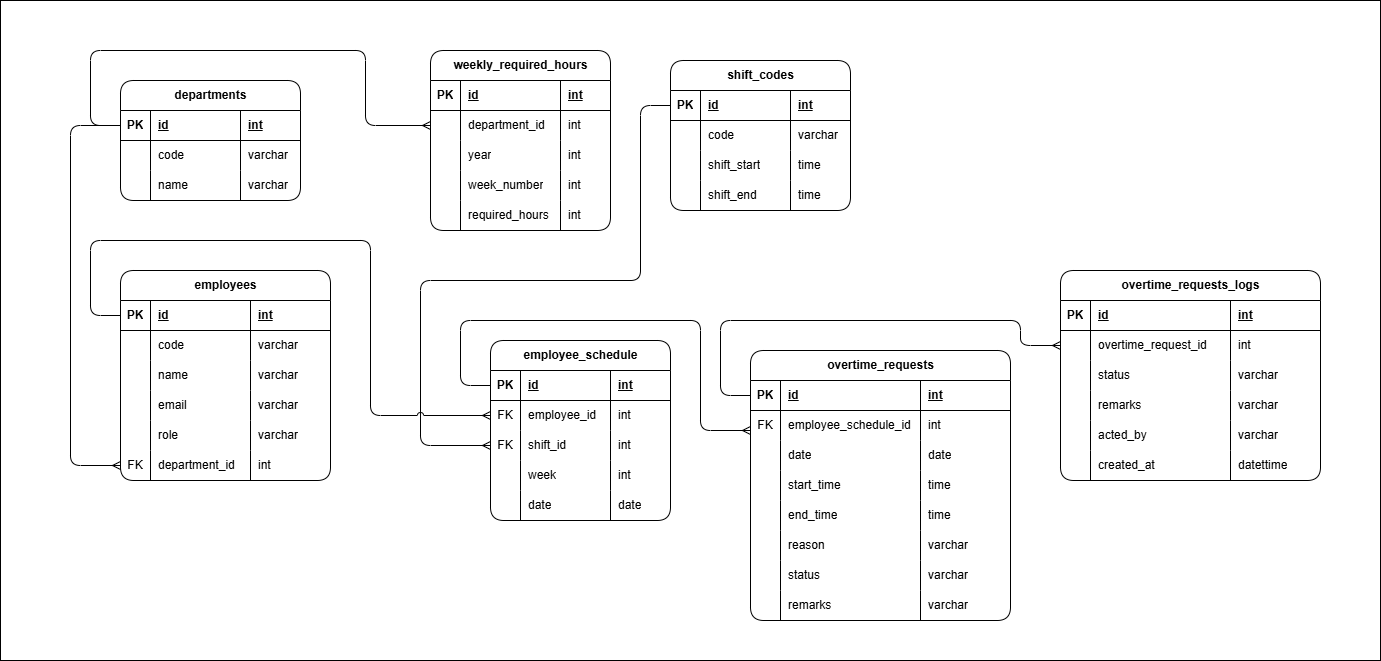
Above: overtime-tracker-erd.drawio.png in marksxiety/overtime-tracker-dev (draw.io), before the change. Source tidied: cells renumbered, new cells last; positions are measured from the earlier drawing's top-left corner, leaving out a move shared by most shapes.
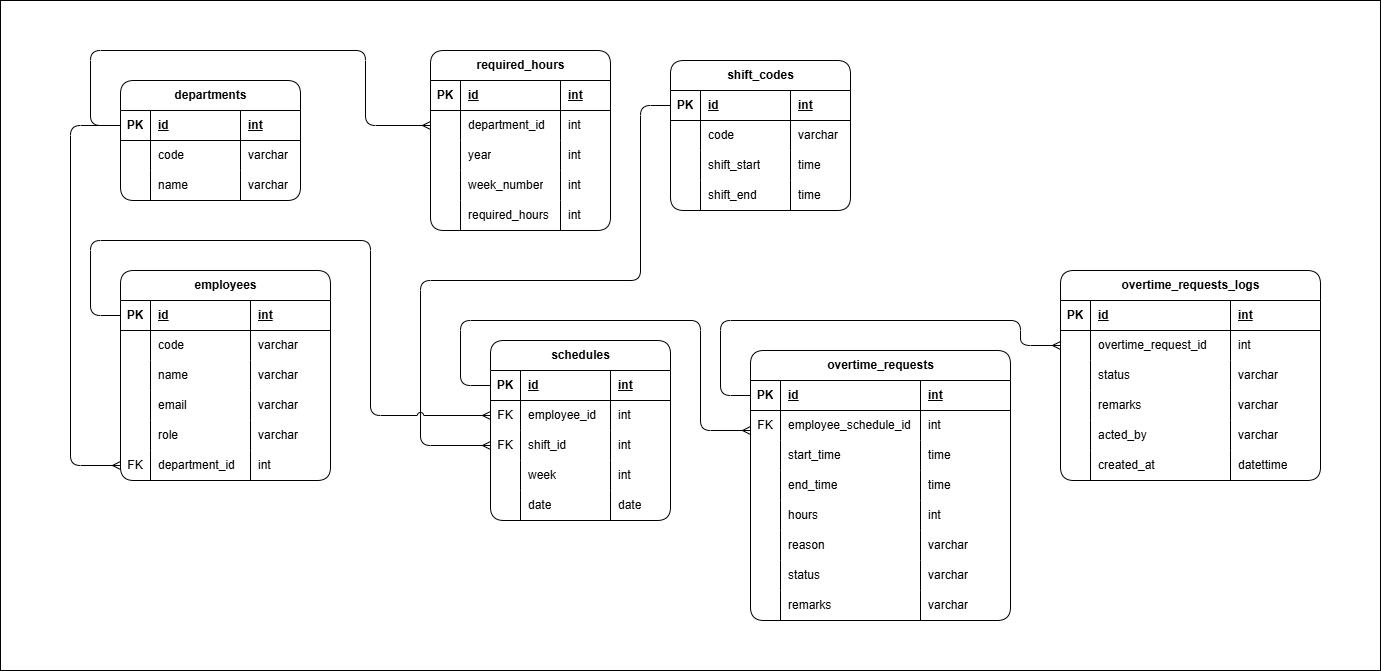
The same file after the commit.

Commit message:
chore: update the png that displays in readme.md

Change to the diagram source:
```diff
@@ -3,9 +3,9 @@
     <mxCell id="0" />
     <mxCell id="1" parent="0" />
     <mxCell id="2" style="rounded=0;whiteSpace=wrap;html=1;" parent="1" vertex="1">
-      <mxGeometry width="1380" height="660" as="geometry" />
+      <mxGeometry width="1380" height="670" as="geometry" />
     </mxCell>
-    <mxCell id="3" value="employee_schedule" style="shape=table;startSize=30;rowLines=0;fontStyle=1;align=center;html=1;rounded=1;" parent="1" vertex="1">
+    <mxCell id="3" value="schedules" style="shape=table;startSize=30;rowLines=0;fontStyle=1;align=center;html=1;rounded=1;" parent="1" vertex="1">
       <mxGeometry x="490" y="340" width="180" height="180" as="geometry" />
     </mxCell>
     <mxCell id="4" style="shape=tableRow;horizontal=0;startSize=0;swimlaneHead=0;swimlaneBody=0;fillColor=none;points=[[0,0.5],[1,0.5]];portConstraint=eastwest;top=0;left=0;right=0;bottom=1;" parent="3" vertex="1">
@@ -194,7 +194,7 @@
     <mxCell id="65" value="time" style="shape=partialRectangle;fillColor=none;top=0;left=0;bottom=0;right=0;align=left;spacingLeft=6;overflow=hidden;whiteSpace=wrap;html=1;" parent="62" vertex="1">
       <mxGeometry x="120" width="60" height="30" as="geometry" />
     </mxCell>
-    <mxCell id="66" value="weekly_required_hours" style="shape=table;startSize=30;rowLines=0;fontStyle=1;align=center;html=1;rounded=1;" parent="1" vertex="1">
+    <mxCell id="66" value="required_hours" style="shape=table;startSize=30;rowLines=0;fontStyle=1;align=center;html=1;rounded=1;" parent="1" vertex="1">
       <mxGeometry x="430" y="50" width="180" height="180" as="geometry" />
     </mxCell>
     <mxCell id="67" style="shape=tableRow;horizontal=0;startSize=0;swimlaneHead=0;swimlaneBody=0;fillColor=none;top=0;left=0;right=0;bottom=1;" parent="66" vertex="1">
@@ -284,20 +284,8 @@
     <mxCell id="95" value="int" style="shape=partialRectangle;fillColor=none;top=0;left=0;bottom=0;right=0;align=left;spacingLeft=6;overflow=hidden;whiteSpace=wrap;html=1;" parent="92" vertex="1">
       <mxGeometry x="170" width="90" height="30" as="geometry" />
     </mxCell>
-    <mxCell id="96" style="shape=tableRow;horizontal=0;startSize=0;swimlaneHead=0;swimlaneBody=0;fillColor=none;top=0;left=0;right=0;bottom=0;" parent="87" vertex="1">
-      <mxGeometry y="90" width="260" height="30" as="geometry" />
-    </mxCell>
-    <mxCell id="97" style="shape=partialRectangle;fillColor=none;top=0;left=0;bottom=0;right=0;overflow=hidden;whiteSpace=wrap;html=1;" parent="96" vertex="1">
-      <mxGeometry width="30" height="30" as="geometry" />
-    </mxCell>
-    <mxCell id="98" value="date" style="shape=partialRectangle;fillColor=none;top=0;left=0;bottom=0;right=0;align=left;spacingLeft=6;overflow=hidden;whiteSpace=wrap;html=1;" parent="96" vertex="1">
-      <mxGeometry x="30" width="140" height="30" as="geometry" />
-    </mxCell>
-    <mxCell id="99" value="date" style="shape=partialRectangle;fillColor=none;top=0;left=0;bottom=0;right=0;align=left;spacingLeft=6;overflow=hidden;whiteSpace=wrap;html=1;" parent="96" vertex="1">
-      <mxGeometry x="170" width="90" height="30" as="geometry" />
-    </mxCell>
     <mxCell id="100" style="shape=tableRow;horizontal=0;startSize=0;swimlaneHead=0;swimlaneBody=0;fillColor=none;top=0;left=0;right=0;bottom=0;" parent="87" vertex="1">
-      <mxGeometry y="120" width="260" height="30" as="geometry" />
+      <mxGeometry y="90" width="260" height="30" as="geometry" />
     </mxCell>
     <mxCell id="101" style="shape=partialRectangle;fillColor=none;top=0;left=0;bottom=0;right=0;overflow=hidden;whiteSpace=wrap;html=1;" parent="100" vertex="1">
       <mxGeometry width="30" height="30" as="geometry" />
@@ -309,7 +297,7 @@
       <mxGeometry x="170" width="90" height="30" as="geometry" />
     </mxCell>
     <mxCell id="104" style="shape=tableRow;horizontal=0;startSize=0;swimlaneHead=0;swimlaneBody=0;fillColor=none;top=0;left=0;right=0;bottom=0;" parent="87" vertex="1">
-      <mxGeometry y="150" width="260" height="30" as="geometry" />
+      <mxGeometry y="120" width="260" height="30" as="geometry" />
     </mxCell>
     <mxCell id="105" style="shape=partialRectangle;fillColor=none;top=0;left=0;bottom=0;right=0;overflow=hidden;whiteSpace=wrap;html=1;" parent="104" vertex="1">
       <mxGeometry width="30" height="30" as="geometry" />
@@ -320,6 +308,18 @@
     <mxCell id="107" value="time" style="shape=partialRectangle;fillColor=none;top=0;left=0;bottom=0;right=0;align=left;spacingLeft=6;overflow=hidden;whiteSpace=wrap;html=1;" parent="104" vertex="1">
       <mxGeometry x="170" width="90" height="30" as="geometry" />
     </mxCell>
+    <mxCell id="164" style="shape=tableRow;horizontal=0;startSize=0;swimlaneHead=0;swimlaneBody=0;fillColor=none;top=0;left=0;right=0;bottom=0;" parent="87" vertex="1">
+      <mxGeometry y="150" width="260" height="30" as="geometry" />
+    </mxCell>
+    <mxCell id="97" style="shape=partialRectangle;fillColor=none;top=0;left=0;bottom=0;right=0;overflow=hidden;whiteSpace=wrap;html=1;" parent="164" vertex="1">
+      <mxGeometry width="30" height="30" as="geometry" />
+    </mxCell>
+    <mxCell id="165" value="hours" style="shape=partialRectangle;fillColor=none;top=0;left=0;bottom=0;right=0;align=left;spacingLeft=6;overflow=hidden;whiteSpace=wrap;html=1;" parent="164" vertex="1">
+      <mxGeometry x="30" width="140" height="30" as="geometry" />
+    </mxCell>
+    <mxCell id="166" value="int" style="shape=partialRectangle;fillColor=none;top=0;left=0;bottom=0;right=0;align=left;spacingLeft=6;overflow=hidden;whiteSpace=wrap;html=1;" parent="164" vertex="1">
+      <mxGeometry x="170" width="90" height="30" as="geometry" />
+    </mxCell>
     <mxCell id="108" style="shape=tableRow;horizontal=0;startSize=0;swimlaneHead=0;swimlaneBody=0;fillColor=none;top=0;left=0;right=0;bottom=0;" parent="87" vertex="1">
       <mxGeometry y="180" width="260" height="30" as="geometry" />
     </mxCell>
```
